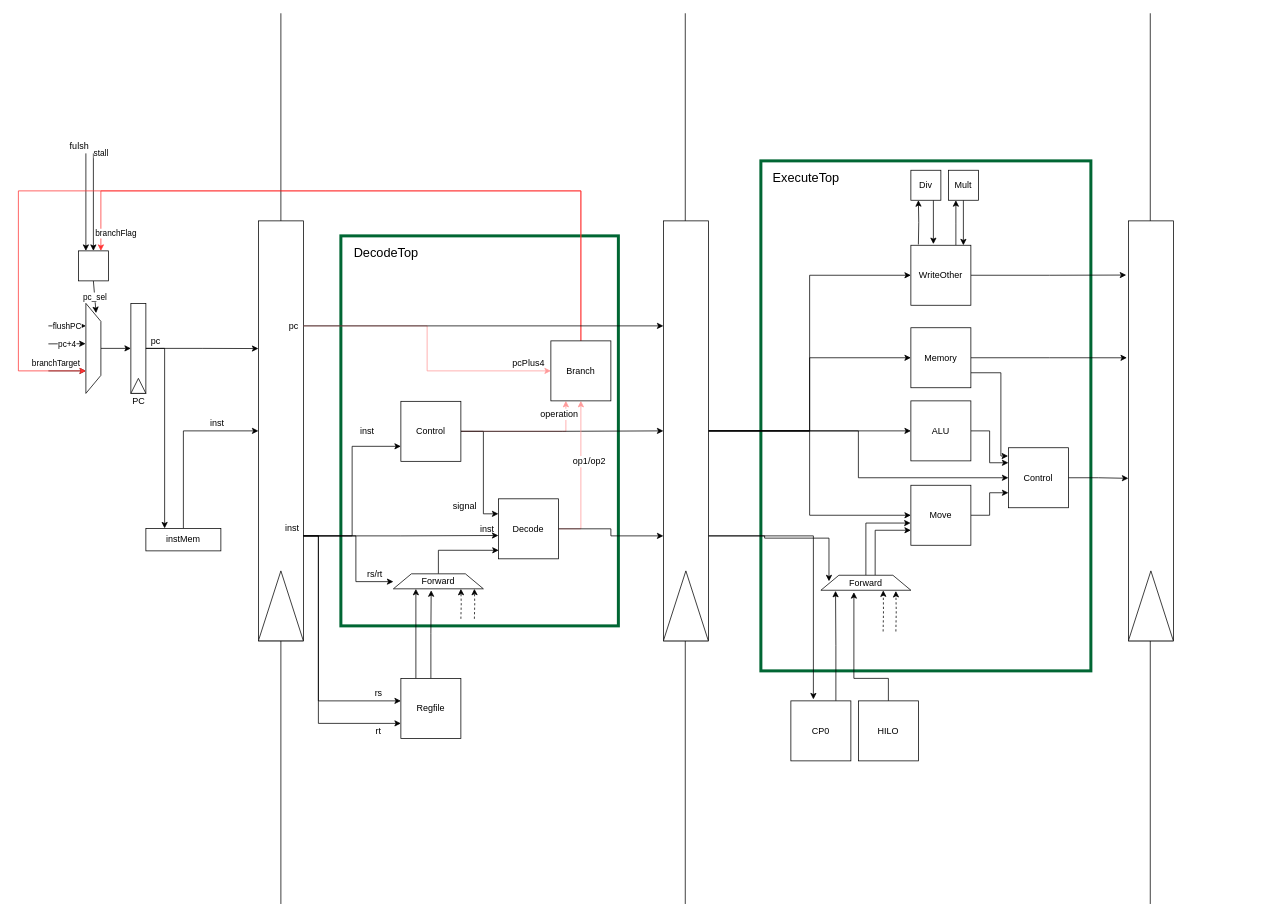
Earlier version of the draw.io diagram phoenix.drawio (amadeus-mips/amadeus-mips). Source tidied: cells renumbered, new cells numbered last; positions are measured from the earlier drawing's top-left corner, leaving out a move shared by most shapes. Both pictures are drawn from the tidied source at 75%, with x=0, y=0 at pixel (18, 13).
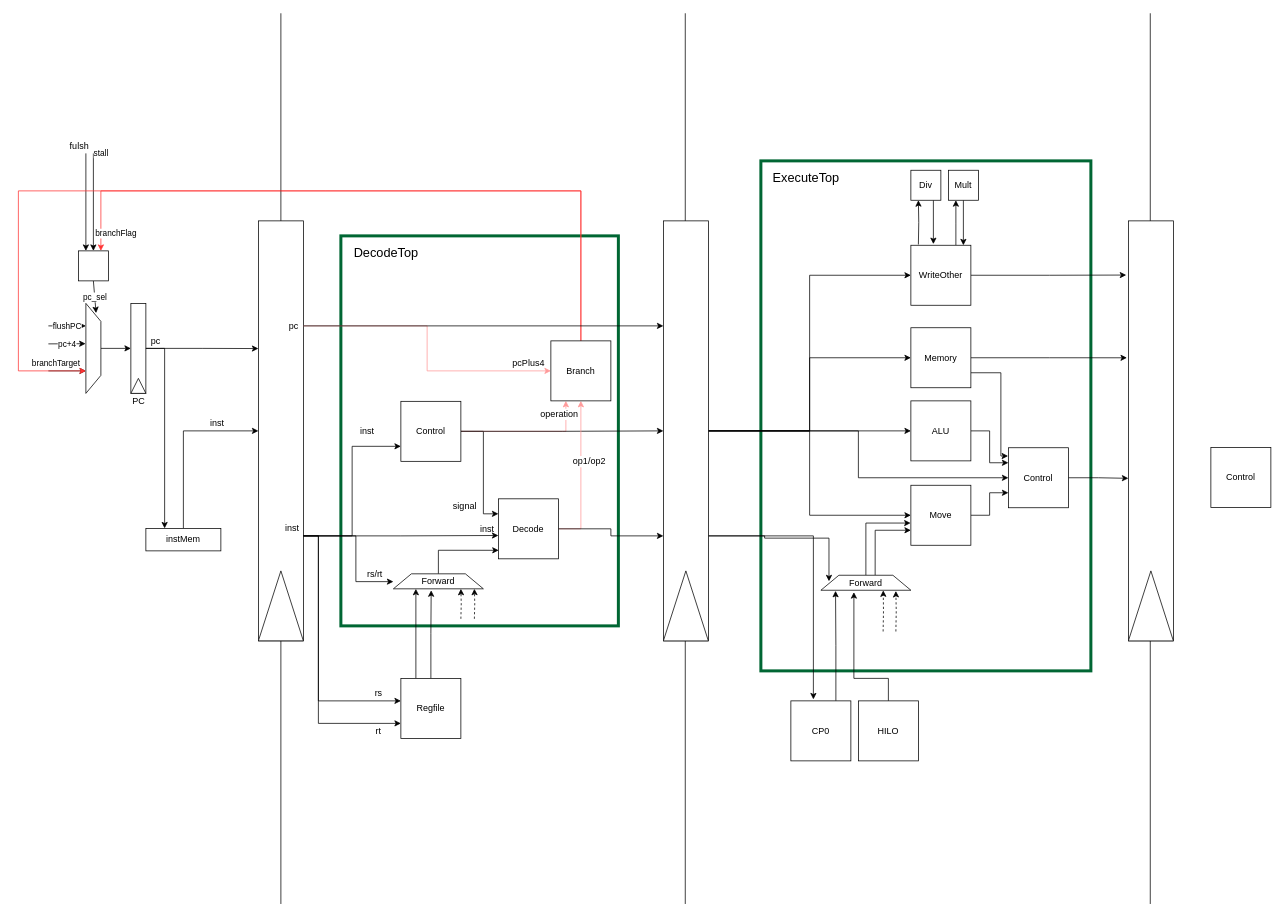
The same diagram, later.

Change to the diagram source:
```diff
@@
+    <mxCell id="106" value="Control" style="whiteSpace=wrap;html=1;" parent="1" vertex="1">
+      <mxGeometry x="1590" y="579" width="80" height="80" as="geometry" />
+    </mxCell>
```
